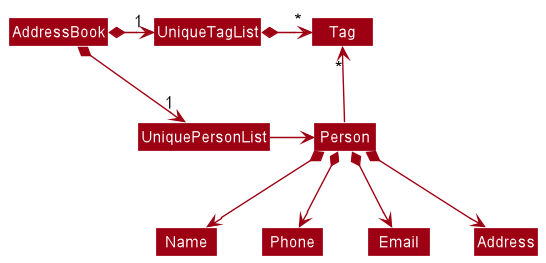
Above: docs/images/BetterModelClassDiagram.png in nus-cs2103-AY2223S1/tp (PlantUML), before the change. Its diagram source:
```plantuml
@startuml
!include style.puml
skinparam arrowThickness 1.1
skinparam arrowColor MODEL_COLOR
skinparam classBackgroundColor MODEL_COLOR

AddressBook *-right-> "1" UniquePersonList
AddressBook *-right-> "1" UniqueTagList
UniqueTagList -[hidden]down- UniquePersonList
UniqueTagList -[hidden]down- UniquePersonList

UniqueTagList *-right-> "*" Tag
UniquePersonList -right-> Person

Person -up-> "*" Tag

Person *--> Name
Person *--> Phone
Person *--> Email
Person *--> Address
@enduml
```
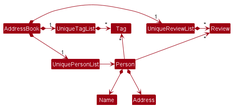
The same file after the commit.

The edit, as a diff of the source:
```diff
@@ -4,18 +4,19 @@
 skinparam arrowColor MODEL_COLOR
 skinparam classBackgroundColor MODEL_COLOR
 
+AddressBook *-right-> "1" UniqueReviewList
 AddressBook *-right-> "1" UniquePersonList
 AddressBook *-right-> "1" UniqueTagList
 UniqueTagList -[hidden]down- UniquePersonList
 UniqueTagList -[hidden]down- UniquePersonList
 
+UniqueReviewList *-right-> "*" Review
 UniqueTagList *-right-> "*" Tag
 UniquePersonList -right-> Person
 
 Person -up-> "*" Tag
+Person -up-> "*" Review
 
 Person *--> Name
-Person *--> Phone
-Person *--> Email
 Person *--> Address
 @enduml
```
